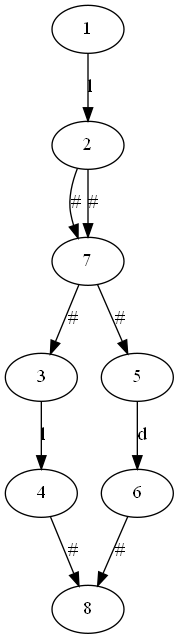
FanqingM/Compilation-principle keeps this Graphviz diagram as NFA.gv.png. Above is the earlier version. Its source is kept beside it as NFA.gv.
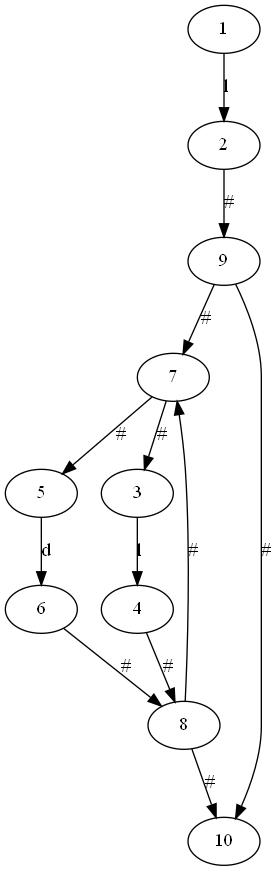
Above is the later version.

Diff of the diagram source:
```diff
@@ -1,11 +1,14 @@
 digraph G {
+	7 -> 5 [label="#"]
+	9 -> 7 [label="#"]
+	4 -> 8 [label="#"]
+	9 -> 10 [label="#"]
+	2 -> 9 [label="#"]
+	8 -> 7 [label="#"]
+	6 -> 8 [label="#"]
+	8 -> 10 [label="#"]
+	1 -> 2 [label=l]
+	7 -> 3 [label="#"]
 	3 -> 4 [label=l]
 	5 -> 6 [label=d]
-	7 -> 3 [label="#"]
-	7 -> 5 [label="#"]
-	4 -> 8 [label="#"]
-	6 -> 8 [label="#"]
-	1 -> 2 [label=l]
-	2 -> 7 [label="#"]
-	2 -> 7 [label="#"]
 }
```
